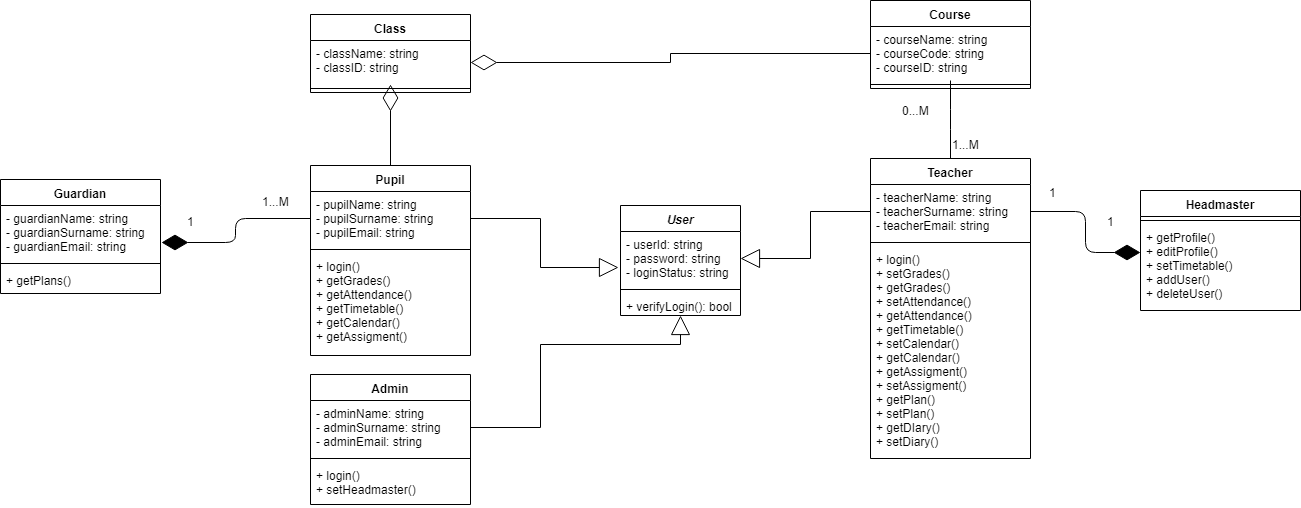
Earlier version of the draw.io export Diagrams/Class Diagrams/ClassDiagram.png (esmoqi16/TMS). Source tidied: cells renumbered, new cells last; positions are measured from the earlier drawing's top-left corner, leaving out a move shared by most shapes. The source it was exported from:
```xml
<mxGraphModel>
  <root>
    <mxCell id="0" />
    <mxCell id="1" parent="0" />
    <mxCell id="2" value="User" style="swimlane;fontStyle=3;align=center;verticalAlign=top;horizontal=1;startSize=26;" parent="1" vertex="1">
      <mxGeometry x="620" y="205" width="120" height="110" as="geometry" />
    </mxCell>
    <mxCell id="3" value="- userId: string&#10;- password: string&#10;- loginStatus: string&#10;" style="text;strokeColor=none;fillColor=none;align=left;verticalAlign=top;spacingLeft=4;spacingRight=4;overflow=hidden;points=[[0,0.5],[1,0.5]];portConstraint=eastwest;" parent="2" vertex="1">
      <mxGeometry y="26" width="120" height="54" as="geometry" />
    </mxCell>
    <mxCell id="4" style="line;strokeWidth=1;fillColor=none;align=left;verticalAlign=middle;spacingTop=-1;spacingLeft=3;spacingRight=3;labelPosition=right;" parent="2" vertex="1">
      <mxGeometry y="80" width="120" height="8" as="geometry" />
    </mxCell>
    <mxCell id="5" value="+ verifyLogin(): bool" style="text;strokeColor=none;fillColor=none;align=left;verticalAlign=top;spacingLeft=4;spacingRight=4;overflow=hidden;points=[[0,0.5],[1,0.5]];portConstraint=eastwest;" parent="2" vertex="1">
      <mxGeometry y="88" width="120" height="22" as="geometry" />
    </mxCell>
    <mxCell id="6" value="Pupil" style="swimlane;fontStyle=1;align=center;verticalAlign=top;horizontal=1;startSize=26;" parent="1" vertex="1">
      <mxGeometry x="310" y="165" width="160" height="190" as="geometry" />
    </mxCell>
    <mxCell id="7" value="- pupilName: string&#10;- pupilSurname: string&#10;- pupilEmail: string" style="text;strokeColor=none;fillColor=none;align=left;verticalAlign=top;spacingLeft=4;spacingRight=4;overflow=hidden;points=[[0,0.5],[1,0.5]];portConstraint=eastwest;" parent="6" vertex="1">
      <mxGeometry y="26" width="160" height="54" as="geometry" />
    </mxCell>
    <mxCell id="8" style="line;strokeWidth=1;fillColor=none;align=left;verticalAlign=middle;spacingTop=-1;spacingLeft=3;spacingRight=3;labelPosition=right;" parent="6" vertex="1">
      <mxGeometry y="80" width="160" height="8" as="geometry" />
    </mxCell>
    <mxCell id="9" value="+ login()&#10;+ getGrades()&#10;+ getAttendance()&#10;+ getTimetable()&#10;+ getCalendar()&#10;+ getAssigment()&#10; " style="text;strokeColor=none;fillColor=none;align=left;verticalAlign=top;spacingLeft=4;spacingRight=4;overflow=hidden;" parent="6" vertex="1">
      <mxGeometry y="88" width="160" height="102" as="geometry" />
    </mxCell>
    <mxCell id="10" style="edgeStyle=orthogonalEdgeStyle;rounded=0;jettySize=auto;html=1;exitX=1;exitY=0.5;exitDx=0;exitDy=0;entryX=-0.017;entryY=0.667;entryDx=0;entryDy=0;entryPerimeter=0;endArrow=block;endFill=0;strokeWidth=1;endSize=17;" parent="1" edge="1" source="7" target="3">
      <mxGeometry relative="1" as="geometry" />
    </mxCell>
    <mxCell id="11" value="Guardian" style="swimlane;fontStyle=1;align=center;verticalAlign=top;horizontal=1;startSize=26;" parent="1" vertex="1">
      <mxGeometry y="179" width="160" height="114" as="geometry" />
    </mxCell>
    <mxCell id="12" value="- guardianName: string&#10;- guardianSurname: string&#10;- guardianEmail: string&#10;" style="text;strokeColor=none;fillColor=none;align=left;verticalAlign=top;spacingLeft=4;spacingRight=4;overflow=hidden;points=[[0,0.5],[1,0.5]];portConstraint=eastwest;" parent="11" vertex="1">
      <mxGeometry y="26" width="160" height="54" as="geometry" />
    </mxCell>
    <mxCell id="13" style="line;strokeWidth=1;fillColor=none;align=left;verticalAlign=middle;spacingTop=-1;spacingLeft=3;spacingRight=3;labelPosition=right;" parent="11" vertex="1">
      <mxGeometry y="80" width="160" height="8" as="geometry" />
    </mxCell>
    <mxCell id="14" value="+ getPlans()" style="text;strokeColor=none;fillColor=none;align=left;verticalAlign=top;spacingLeft=4;spacingRight=4;overflow=hidden;" parent="11" vertex="1">
      <mxGeometry y="88" width="160" height="26" as="geometry" />
    </mxCell>
    <mxCell id="15" style="endArrow=diamondThin;endFill=1;endSize=24;html=1;strokeWidth=1;entryX=1.006;entryY=0.685;entryDx=0;entryDy=0;entryPerimeter=0;exitX=0;exitY=0.5;exitDx=0;exitDy=0;edgeStyle=orthogonalEdgeStyle;" parent="1" edge="1" source="7" target="12">
      <mxGeometry relative="1" as="geometry" />
    </mxCell>
    <mxCell id="16" value="Teacher" style="swimlane;fontStyle=1;align=center;verticalAlign=top;horizontal=1;startSize=26;" parent="1" vertex="1">
      <mxGeometry x="870" y="158" width="160" height="300" as="geometry" />
    </mxCell>
    <mxCell id="17" value="- teacherName: string&#10;- teacherSurname: string&#10;- teacherEmail: string" style="text;strokeColor=none;fillColor=none;align=left;verticalAlign=top;spacingLeft=4;spacingRight=4;overflow=hidden;points=[[0,0.5],[1,0.5]];portConstraint=eastwest;" parent="16" vertex="1">
      <mxGeometry y="26" width="160" height="54" as="geometry" />
    </mxCell>
    <mxCell id="18" style="line;strokeWidth=1;fillColor=none;align=left;verticalAlign=middle;spacingTop=-1;spacingLeft=3;spacingRight=3;labelPosition=right;" parent="16" vertex="1">
      <mxGeometry y="80" width="160" height="8" as="geometry" />
    </mxCell>
    <mxCell id="19" value="+ login()&#10;+ setGrades()&#10;+ getGrades()&#10;+ setAttendance()&#10;+ getAttendance()&#10;+ getTimetable()&#10;+ setCalendar()&#10;+ getCalendar()&#10;+ getAssigment()&#10;+ setAssigment()&#10;+ getPlan()&#10;+ setPlan()&#10;+ getDIary()&#10;+ setDiary()&#10; " style="text;strokeColor=none;fillColor=none;align=left;verticalAlign=top;spacingLeft=4;spacingRight=4;overflow=hidden;" parent="16" vertex="1">
      <mxGeometry y="88" width="160" height="212" as="geometry" />
    </mxCell>
    <mxCell id="20" style="edgeStyle=orthogonalEdgeStyle;rounded=0;jettySize=auto;html=1;exitX=0;exitY=0.5;exitDx=0;exitDy=0;entryX=1;entryY=0.5;entryDx=0;entryDy=0;endArrow=block;endFill=0;strokeWidth=1;endSize=17;" parent="1" edge="1" source="17" target="3">
      <mxGeometry relative="1" as="geometry" />
    </mxCell>
    <mxCell id="21" value="Headmaster" style="swimlane;fontStyle=1;align=center;verticalAlign=top;horizontal=1;startSize=26;" parent="1" vertex="1">
      <mxGeometry x="1140" y="190" width="160" height="120" as="geometry" />
    </mxCell>
    <mxCell id="22" style="line;strokeWidth=1;fillColor=none;align=left;verticalAlign=middle;spacingTop=-1;spacingLeft=3;spacingRight=3;labelPosition=right;" parent="21" vertex="1">
      <mxGeometry y="26" width="160" height="8" as="geometry" />
    </mxCell>
    <mxCell id="23" value="+ getProfile()&#10;+ editProfile()&#10;+ setTimetable()&#10;+ addUser()&#10;+ deleteUser()" style="text;strokeColor=none;fillColor=none;align=left;verticalAlign=top;spacingLeft=4;spacingRight=4;overflow=hidden;points=[[0,0.5],[1,0.5]];portConstraint=eastwest;" parent="21" vertex="1">
      <mxGeometry y="34" width="160" height="86" as="geometry" />
    </mxCell>
    <mxCell id="24" style="endArrow=diamondThin;endFill=1;endSize=24;html=1;strokeWidth=1;entryX=0;entryY=0.321;entryDx=0;entryDy=0;exitX=1;exitY=0.5;exitDx=0;exitDy=0;edgeStyle=orthogonalEdgeStyle;entryPerimeter=0;" parent="1" edge="1" source="17" target="23">
      <mxGeometry relative="1" as="geometry" />
    </mxCell>
    <mxCell id="25" value="1" style="text;html=1;align=left;verticalAlign=top;spacingTop=-4;" parent="1" vertex="1">
      <mxGeometry x="185" y="212" width="20" height="20" as="geometry" />
    </mxCell>
    <mxCell id="26" value="1...M" style="text;html=1;align=left;verticalAlign=top;spacingTop=-4;" parent="1" vertex="1">
      <mxGeometry x="260" y="192" width="40" height="20" as="geometry" />
    </mxCell>
    <mxCell id="27" value="1" style="text;html=1;align=left;verticalAlign=top;spacingTop=-4;" parent="1" vertex="1">
      <mxGeometry x="1047" y="183" width="20" height="20" as="geometry" />
    </mxCell>
    <mxCell id="28" value="1" style="text;html=1;align=left;verticalAlign=top;spacingTop=-4;" parent="1" vertex="1">
      <mxGeometry x="1105" y="212" width="20" height="20" as="geometry" />
    </mxCell>
    <mxCell id="29" value="Admin" style="swimlane;fontStyle=1;align=center;verticalAlign=top;horizontal=1;startSize=26;" parent="1" vertex="1">
      <mxGeometry x="310" y="374" width="160" height="130" as="geometry" />
    </mxCell>
    <mxCell id="30" value="- adminName: string&#10;- adminSurname: string&#10;- adminEmail: string" style="text;strokeColor=none;fillColor=none;align=left;verticalAlign=top;spacingLeft=4;spacingRight=4;overflow=hidden;points=[[0,0.5],[1,0.5]];portConstraint=eastwest;" parent="29" vertex="1">
      <mxGeometry y="26" width="160" height="54" as="geometry" />
    </mxCell>
    <mxCell id="31" style="line;strokeWidth=1;fillColor=none;align=left;verticalAlign=middle;spacingTop=-1;spacingLeft=3;spacingRight=3;labelPosition=right;" parent="29" vertex="1">
      <mxGeometry y="80" width="160" height="8" as="geometry" />
    </mxCell>
    <mxCell id="32" value="+ login()&#10;+ setHeadmaster()&#10; " style="text;strokeColor=none;fillColor=none;align=left;verticalAlign=top;spacingLeft=4;spacingRight=4;overflow=hidden;" parent="29" vertex="1">
      <mxGeometry y="88" width="160" height="42" as="geometry" />
    </mxCell>
    <mxCell id="33" style="edgeStyle=orthogonalEdgeStyle;rounded=0;jettySize=auto;html=1;exitX=1;exitY=0.5;exitDx=0;exitDy=0;endArrow=block;endFill=0;strokeWidth=1;endSize=17;" parent="1" edge="1" source="30" target="5">
      <mxGeometry relative="1" as="geometry">
        <Array as="points">
          <mxPoint x="540" y="427" />
          <mxPoint x="540" y="344" />
          <mxPoint x="680" y="344" />
        </Array>
      </mxGeometry>
    </mxCell>
    <mxCell id="34" value="Course" style="swimlane;fontStyle=1;align=center;verticalAlign=top;horizontal=1;startSize=26;" parent="1" vertex="1">
      <mxGeometry x="870" width="160" height="88" as="geometry" />
    </mxCell>
    <mxCell id="35" value="- courseName: string&#10;- courseCode: string&#10;- courseID: string" style="text;strokeColor=none;fillColor=none;align=left;verticalAlign=top;spacingLeft=4;spacingRight=4;overflow=hidden;points=[[0,0.5],[1,0.5]];portConstraint=eastwest;" parent="34" vertex="1">
      <mxGeometry y="26" width="160" height="54" as="geometry" />
    </mxCell>
    <mxCell id="36" style="line;strokeWidth=1;fillColor=none;align=left;verticalAlign=middle;spacingTop=-1;spacingLeft=3;spacingRight=3;labelPosition=right;" parent="34" vertex="1">
      <mxGeometry y="80" width="160" height="8" as="geometry" />
    </mxCell>
    <mxCell id="37" style="endArrow=none;html=1;strokeWidth=1;exitX=0.5;exitY=0;exitDx=0;exitDy=0;edgeStyle=elbowEdgeStyle;rounded=1;strokeColor=#000000;" parent="1" edge="1" source="16" target="35">
      <mxGeometry relative="1" as="geometry" />
    </mxCell>
    <mxCell id="38" value="1...M" style="text;html=1;align=left;verticalAlign=top;spacingTop=-4;" parent="1" vertex="1">
      <mxGeometry x="950" y="135" width="40" height="20" as="geometry" />
    </mxCell>
    <mxCell id="39" value="0...M" style="text;html=1;align=left;verticalAlign=top;spacingTop=-4;" parent="1" vertex="1">
      <mxGeometry x="900" y="101" width="40" height="20" as="geometry" />
    </mxCell>
    <mxCell id="40" value="Class" style="swimlane;fontStyle=1;align=center;verticalAlign=top;horizontal=1;startSize=26;" parent="1" vertex="1">
      <mxGeometry x="310" y="14" width="160" height="78" as="geometry" />
    </mxCell>
    <mxCell id="41" value="- className: string&#10;- classID: string" style="text;strokeColor=none;fillColor=none;align=left;verticalAlign=top;spacingLeft=4;spacingRight=4;overflow=hidden;points=[[0,0.5],[1,0.5]];portConstraint=eastwest;" parent="40" vertex="1">
      <mxGeometry y="26" width="160" height="44" as="geometry" />
    </mxCell>
    <mxCell id="42" style="line;strokeWidth=1;fillColor=none;align=left;verticalAlign=middle;spacingTop=-1;spacingLeft=3;spacingRight=3;labelPosition=right;" parent="40" vertex="1">
      <mxGeometry y="70" width="160" height="8" as="geometry" />
    </mxCell>
    <mxCell id="43" style="endArrow=diamondThin;endFill=0;endSize=24;html=1;strokeWidth=1;exitX=0.5;exitY=0;exitDx=0;exitDy=0;" parent="1" edge="1" source="6" target="41">
      <mxGeometry relative="1" as="geometry" />
    </mxCell>
    <mxCell id="44" style="endArrow=diamondThin;endFill=0;endSize=24;html=1;strokeWidth=1;edgeStyle=orthogonalEdgeStyle;strokeColor=#000000;rounded=0;" parent="1" edge="1" source="35" target="41">
      <mxGeometry relative="1" as="geometry" />
    </mxCell>
  </root>
</mxGraphModel>
```
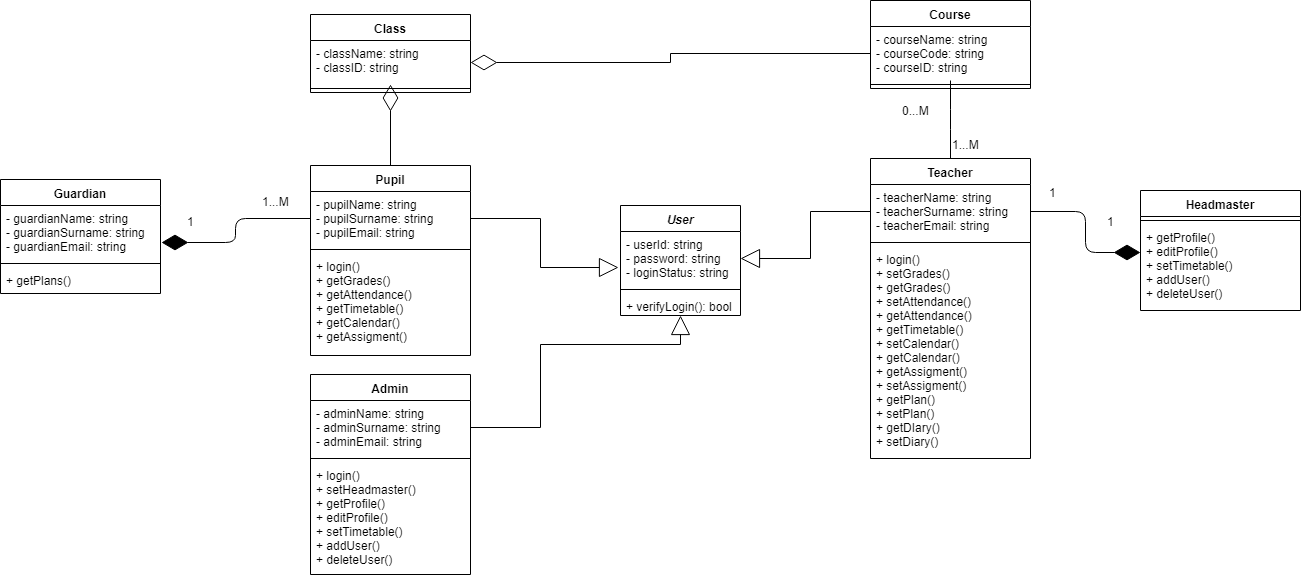
The same diagram one commit later.

Commit message:
Updated Class Diagram

What changed in the source:
```diff
@@ -84,7 +84,7 @@
       <mxGeometry x="1105" y="212" width="20" height="20" as="geometry" />
     </mxCell>
     <mxCell id="29" value="Admin" style="swimlane;fontStyle=1;align=center;verticalAlign=top;horizontal=1;startSize=26;" parent="1" vertex="1">
-      <mxGeometry x="310" y="374" width="160" height="130" as="geometry" />
+      <mxGeometry x="310" y="374" width="160" height="200" as="geometry" />
     </mxCell>
     <mxCell id="30" value="- adminName: string&#10;- adminSurname: string&#10;- adminEmail: string" style="text;strokeColor=none;fillColor=none;align=left;verticalAlign=top;spacingLeft=4;spacingRight=4;overflow=hidden;points=[[0,0.5],[1,0.5]];portConstraint=eastwest;" parent="29" vertex="1">
       <mxGeometry y="26" width="160" height="54" as="geometry" />
@@ -92,8 +92,8 @@
     <mxCell id="31" style="line;strokeWidth=1;fillColor=none;align=left;verticalAlign=middle;spacingTop=-1;spacingLeft=3;spacingRight=3;labelPosition=right;" parent="29" vertex="1">
       <mxGeometry y="80" width="160" height="8" as="geometry" />
     </mxCell>
-    <mxCell id="32" value="+ login()&#10;+ setHeadmaster()&#10; " style="text;strokeColor=none;fillColor=none;align=left;verticalAlign=top;spacingLeft=4;spacingRight=4;overflow=hidden;" parent="29" vertex="1">
-      <mxGeometry y="88" width="160" height="42" as="geometry" />
+    <mxCell id="32" value="+ login()&#10;+ setHeadmaster()&#10;+ getProfile()&#10;+ editProfile()&#10;+ setTimetable()&#10;+ addUser()&#10;+ deleteUser()&#10;" style="text;strokeColor=none;fillColor=none;align=left;verticalAlign=top;spacingLeft=4;spacingRight=4;overflow=hidden;" parent="29" vertex="1">
+      <mxGeometry y="88" width="160" height="112" as="geometry" />
     </mxCell>
     <mxCell id="33" style="edgeStyle=orthogonalEdgeStyle;rounded=0;jettySize=auto;html=1;exitX=1;exitY=0.5;exitDx=0;exitDy=0;endArrow=block;endFill=0;strokeWidth=1;endSize=17;" parent="1" edge="1" source="30" target="5">
       <mxGeometry relative="1" as="geometry">
```
